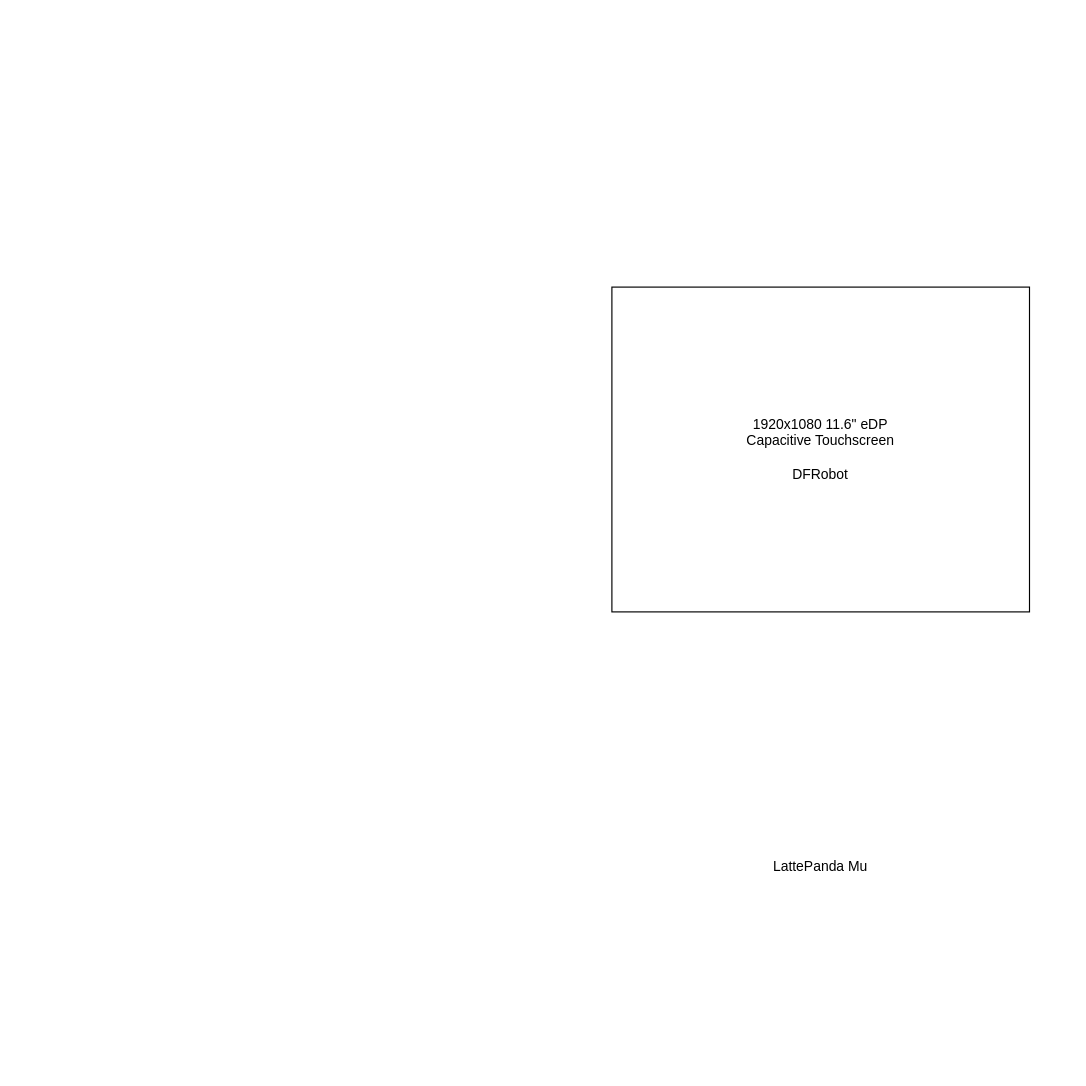
Above: mct2_hw_block_diagram.drawio in ctcl-bregis/mct2 (draw.io), before the change. Source tidied: cells renumbered, new cells numbered last; positions are measured from the earlier drawing's top-left corner, leaving out a move shared by most shapes. Both pictures are drawn from the tidied source at 116%, with x=0, y=0 at pixel (611, 287).
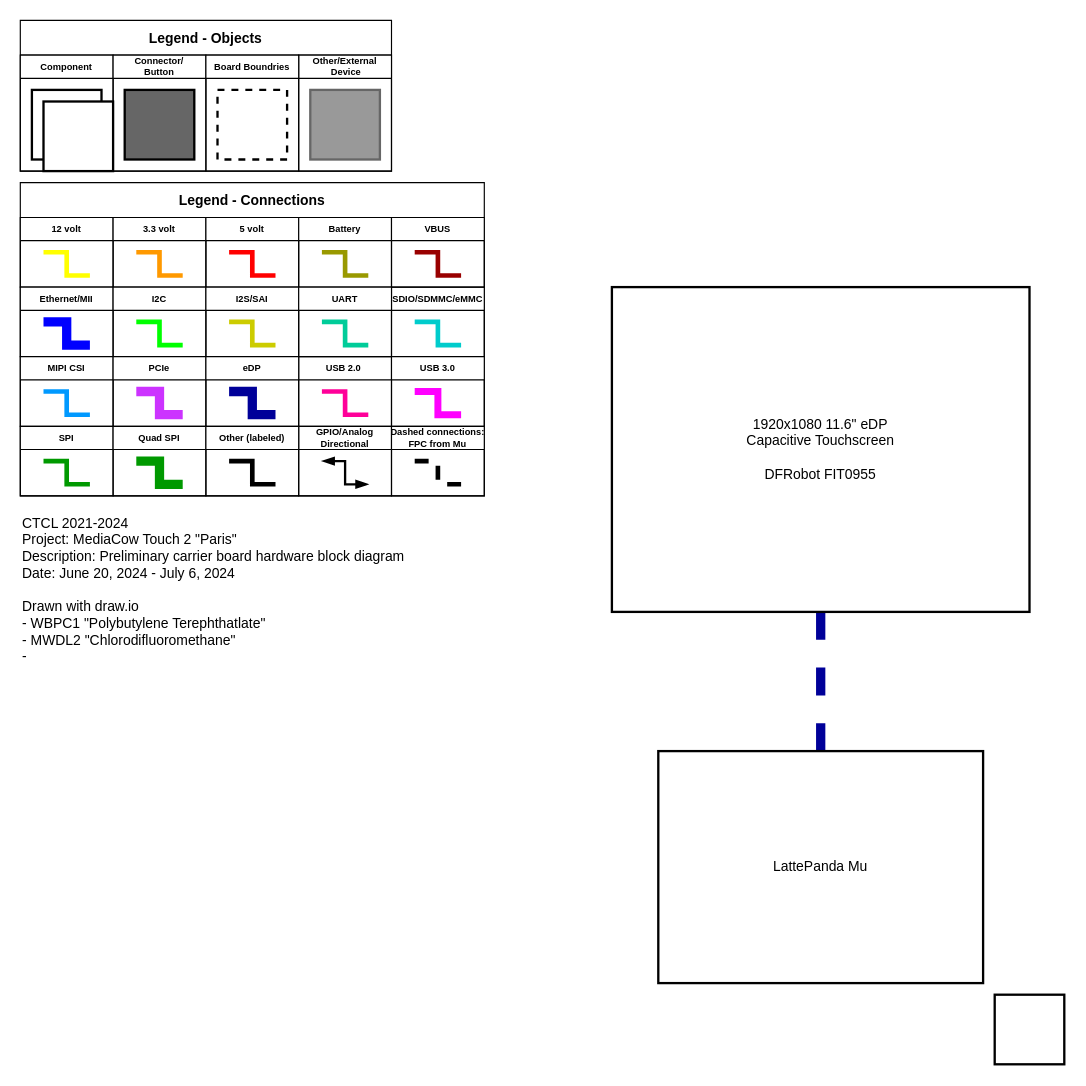
The same page after the edit.

Change to the diagram source:
```diff
@@
+    <mxCell id="4" style="edgeStyle=orthogonalEdgeStyle;rounded=0;jettySize=auto;html=1;exitX=0.5;exitY=0;exitDx=0;exitDy=0;strokeWidth=8;endArrow=none;endFill=0;dashed=1;strokeColor=#000099;" parent="1" edge="1" source="2" target="3">
+      <mxGeometry relative="1" as="geometry" />
+    </mxCell>
-    <mxCell id="2" value="LattePanda Mu" style="rounded=0;whiteSpace=wrap;html=1;strokeColor=none;fillColor=#ffffff;fontColor=#000000;" parent="1" vertex="1">
+    <mxCell id="2" value="LattePanda Mu" style="rounded=0;whiteSpace=wrap;html=1;strokeWidth=2;" parent="1" vertex="1">
       <mxGeometry x="40" y="400" width="280" height="200" as="geometry" />
     </mxCell>
-    <mxCell id="3" value="1920x1080 11.6&quot; eDP &lt;br&gt;Capacitive Touchscreen&lt;br&gt;&lt;br&gt;DFRobot" style="rounded=0;whiteSpace=wrap;html=1;align=center;verticalAlign=middle;fontFamily=Helvetica;fontSize=12;fontColor=#000000;fillColor=#ffffff;" parent="1" vertex="1">
+    <mxCell id="3" value="1920x1080 11.6&quot; eDP &lt;br&gt;Capacitive Touchscreen&lt;br&gt;&lt;br&gt;DFRobot&amp;nbsp;FIT0955" style="rounded=0;whiteSpace=wrap;html=1;align=center;verticalAlign=middle;fontFamily=Helvetica;fontSize=12;strokeWidth=2;" parent="1" vertex="1">
       <mxGeometry width="360" height="280" as="geometry" />
     </mxCell>
+    <mxCell id="5" value="CTCL 2021-2024&lt;br style=&quot;font-size: 12px&quot;&gt;Project: MediaCow Touch 2 &quot;Paris&quot;&lt;br style=&quot;font-size: 12px&quot;&gt;Description: Preliminary carrier board hardware block diagram&lt;br&gt;Date: June 20, 2024 - July 6, 2024&lt;br&gt;&lt;br&gt;Drawn with draw.io&lt;br&gt;- WBPC1 &quot;Polybutylene Terephthatlate&quot;&lt;br&gt;- MWDL2 &quot;Chlorodifluoromethane&quot;&lt;br&gt;-&amp;nbsp;" style="text;html=1;strokeColor=none;fillColor=none;align=left;verticalAlign=top;whiteSpace=wrap;rounded=0;fontSize=12;" parent="1" vertex="1">
+      <mxGeometry x="-510" y="190" width="400" height="90" as="geometry" />
+    </mxCell>
+    <mxCell id="6" value="Legend - Connections" style="swimlane;startSize=30;" parent="1" vertex="1">
+      <mxGeometry x="-510" y="-90" width="400" height="270" as="geometry" />
+    </mxCell>
+    <mxCell id="7" value="12 volt" style="swimlane;startSize=20;fontSize=8;" parent="6" vertex="1">
+      <mxGeometry y="30" width="80" height="60" as="geometry" />
+    </mxCell>
+    <mxCell id="8" style="edgeStyle=orthogonalEdgeStyle;rounded=0;orthogonalLoop=1;jettySize=auto;html=1;fontSize=8;endArrow=none;endFill=0;strokeWidth=4;strokeColor=#FFFF00;" parent="7" edge="1">
+      <mxGeometry relative="1" as="geometry">
+        <mxPoint x="20" y="30" as="sourcePoint" />
+        <mxPoint x="60" y="50" as="targetPoint" />
+        <Array as="points">
+          <mxPoint x="20" y="30" />
+          <mxPoint x="40" y="30" />
+          <mxPoint x="40" y="50" />
+        </Array>
+      </mxGeometry>
+    </mxCell>
+    <mxCell id="9" value="3.3 volt" style="swimlane;startSize=20;fontSize=8;" parent="6" vertex="1">
+      <mxGeometry x="80" y="30" width="80" height="60" as="geometry" />
+    </mxCell>
+    <mxCell id="10" style="edgeStyle=orthogonalEdgeStyle;rounded=0;orthogonalLoop=1;jettySize=auto;html=1;fontSize=8;endArrow=none;endFill=0;strokeWidth=4;strokeColor=#FF9900;" parent="9" edge="1">
+      <mxGeometry relative="1" as="geometry">
+        <mxPoint x="20" y="30" as="sourcePoint" />
+        <mxPoint x="60" y="50" as="targetPoint" />
+        <Array as="points">
+          <mxPoint x="20" y="30" />
+          <mxPoint x="40" y="30" />
+          <mxPoint x="40" y="50" />
+        </Array>
+      </mxGeometry>
+    </mxCell>
+    <mxCell id="11" value="5 volt" style="swimlane;startSize=20;fontSize=8;" parent="6" vertex="1">
+      <mxGeometry x="160" y="30" width="80" height="60" as="geometry" />
+    </mxCell>
+    <mxCell id="12" style="edgeStyle=orthogonalEdgeStyle;rounded=0;orthogonalLoop=1;jettySize=auto;html=1;fontSize=8;endArrow=none;endFill=0;strokeWidth=4;strokeColor=#FF0000;" parent="11" edge="1">
+      <mxGeometry relative="1" as="geometry">
+        <mxPoint x="20" y="30" as="sourcePoint" />
+        <mxPoint x="60" y="50" as="targetPoint" />
+        <Array as="points">
+          <mxPoint x="20" y="30" />
+          <mxPoint x="40" y="30" />
+          <mxPoint x="40" y="50" />
+        </Array>
+      </mxGeometry>
+    </mxCell>
+    <mxCell id="13" value="Battery" style="swimlane;startSize=20;fontSize=8;" parent="6" vertex="1">
+      <mxGeometry x="240" y="30" width="80" height="60" as="geometry" />
+    </mxCell>
+    <mxCell id="14" style="edgeStyle=orthogonalEdgeStyle;rounded=0;orthogonalLoop=1;jettySize=auto;html=1;fontSize=8;endArrow=none;endFill=0;strokeWidth=4;strokeColor=#999900;" parent="13" edge="1">
+      <mxGeometry relative="1" as="geometry">
+        <mxPoint x="20" y="30" as="sourcePoint" />
+        <mxPoint x="60" y="50" as="targetPoint" />
+        <Array as="points">
+          <mxPoint x="20" y="30" />
+          <mxPoint x="40" y="30" />
+          <mxPoint x="40" y="50" />
+        </Array>
+      </mxGeometry>
+    </mxCell>
+    <mxCell id="15" value="Ethernet/MII" style="swimlane;startSize=20;fontSize=8;" parent="6" vertex="1">
+      <mxGeometry y="90" width="80" height="60" as="geometry" />
+    </mxCell>
+    <mxCell id="16" style="edgeStyle=orthogonalEdgeStyle;rounded=0;orthogonalLoop=1;jettySize=auto;html=1;fontSize=8;endArrow=none;endFill=0;strokeWidth=8;strokeColor=#0000FF;" parent="15" edge="1">
+      <mxGeometry relative="1" as="geometry">
+        <mxPoint x="20" y="30" as="sourcePoint" />
+        <mxPoint x="60" y="50" as="targetPoint" />
+        <Array as="points">
+          <mxPoint x="20" y="30" />
+          <mxPoint x="40" y="30" />
+          <mxPoint x="40" y="50" />
+        </Array>
+      </mxGeometry>
+    </mxCell>
+    <mxCell id="17" value="I2C" style="swimlane;startSize=20;fontSize=8;" parent="6" vertex="1">
+      <mxGeometry x="80" y="90" width="80" height="60" as="geometry" />
+    </mxCell>
+    <mxCell id="18" style="edgeStyle=orthogonalEdgeStyle;rounded=0;orthogonalLoop=1;jettySize=auto;html=1;fontSize=8;endArrow=none;endFill=0;strokeWidth=4;strokeColor=#00FF00;" parent="17" edge="1">
+      <mxGeometry relative="1" as="geometry">
+        <mxPoint x="20" y="30" as="sourcePoint" />
+        <mxPoint x="60" y="50" as="targetPoint" />
+        <Array as="points">
+          <mxPoint x="20" y="30" />
+          <mxPoint x="40" y="30" />
+          <mxPoint x="40" y="50" />
+        </Array>
+      </mxGeometry>
+    </mxCell>
+    <mxCell id="19" value="I2S/SAI" style="swimlane;startSize=20;fontSize=8;" parent="6" vertex="1">
+      <mxGeometry x="160" y="90" width="80" height="60" as="geometry" />
+    </mxCell>
+    <mxCell id="20" style="edgeStyle=orthogonalEdgeStyle;rounded=0;orthogonalLoop=1;jettySize=auto;html=1;fontSize=8;endArrow=none;endFill=0;strokeWidth=4;strokeColor=#CCCC00;" parent="19" edge="1">
+      <mxGeometry relative="1" as="geometry">
+        <mxPoint x="20" y="30" as="sourcePoint" />
+        <mxPoint x="60" y="50" as="targetPoint" />
+        <Array as="points">
+          <mxPoint x="20" y="30" />
+          <mxPoint x="40" y="30" />
+          <mxPoint x="40" y="50" />
+        </Array>
+      </mxGeometry>
+    </mxCell>
+    <mxCell id="21" value="MIPI CSI" style="swimlane;startSize=20;fontSize=8;" parent="6" vertex="1">
+      <mxGeometry y="150" width="80" height="60" as="geometry" />
+    </mxCell>
+    <mxCell id="22" style="edgeStyle=orthogonalEdgeStyle;rounded=0;orthogonalLoop=1;jettySize=auto;html=1;fontSize=8;endArrow=none;endFill=0;strokeWidth=4;strokeColor=#0099FF;" parent="21" edge="1">
+      <mxGeometry relative="1" as="geometry">
+        <mxPoint x="20" y="30" as="sourcePoint" />
+        <mxPoint x="60" y="50" as="targetPoint" />
+        <Array as="points">
+          <mxPoint x="20" y="30" />
+          <mxPoint x="40" y="30" />
+          <mxPoint x="40" y="50" />
+        </Array>
+      </mxGeometry>
+    </mxCell>
+    <mxCell id="23" value="PCIe" style="swimlane;startSize=20;fontSize=8;" parent="6" vertex="1">
+      <mxGeometry x="80" y="150" width="80" height="60" as="geometry" />
+    </mxCell>
+    <mxCell id="24" style="edgeStyle=orthogonalEdgeStyle;rounded=0;orthogonalLoop=1;jettySize=auto;html=1;fontSize=8;endArrow=none;endFill=0;strokeWidth=8;strokeColor=#CC33FF;" parent="23" edge="1">
+      <mxGeometry relative="1" as="geometry">
+        <mxPoint x="20" y="30" as="sourcePoint" />
+        <mxPoint x="60" y="50" as="targetPoint" />
+        <Array as="points">
+          <mxPoint x="20" y="30" />
+          <mxPoint x="40" y="30" />
+          <mxPoint x="40" y="50" />
+        </Array>
+      </mxGeometry>
+    </mxCell>
+    <mxCell id="25" value="SDIO/SDMMC/eMMC" style="swimlane;startSize=20;fontSize=8;" parent="6" vertex="1">
+      <mxGeometry x="320" y="90" width="80" height="60" as="geometry" />
+    </mxCell>
+    <mxCell id="26" style="edgeStyle=orthogonalEdgeStyle;rounded=0;orthogonalLoop=1;jettySize=auto;html=1;fontSize=8;endArrow=none;endFill=0;strokeWidth=4;strokeColor=#00CCCC;" parent="25" edge="1">
+      <mxGeometry relative="1" as="geometry">
+        <mxPoint x="20" y="30" as="sourcePoint" />
+        <mxPoint x="60" y="50" as="targetPoint" />
+        <Array as="points">
+          <mxPoint x="20" y="30" />
+          <mxPoint x="40" y="30" />
+          <mxPoint x="40" y="50" />
+        </Array>
+      </mxGeometry>
+    </mxCell>
+    <mxCell id="27" value="SPI" style="swimlane;startSize=20;fontSize=8;" parent="6" vertex="1">
+      <mxGeometry y="210" width="80" height="60" as="geometry" />
+    </mxCell>
+    <mxCell id="28" style="edgeStyle=orthogonalEdgeStyle;rounded=0;orthogonalLoop=1;jettySize=auto;html=1;fontSize=8;endArrow=none;endFill=0;strokeWidth=4;strokeColor=#009900;" parent="27" edge="1">
+      <mxGeometry relative="1" as="geometry">
+        <mxPoint x="20" y="30" as="sourcePoint" />
+        <mxPoint x="60" y="50" as="targetPoint" />
+        <Array as="points">
+          <mxPoint x="20" y="30" />
+          <mxPoint x="40" y="30" />
+          <mxPoint x="40" y="50" />
+        </Array>
+      </mxGeometry>
+    </mxCell>
+    <mxCell id="29" value="USB 2.0 " style="swimlane;startSize=20;fontSize=8;" parent="6" vertex="1">
+      <mxGeometry x="240" y="150" width="80" height="60" as="geometry" />
+    </mxCell>
+    <mxCell id="30" style="edgeStyle=orthogonalEdgeStyle;rounded=0;orthogonalLoop=1;jettySize=auto;html=1;fontSize=8;endArrow=none;endFill=0;strokeWidth=4;strokeColor=#FF0099;" parent="29" edge="1">
+      <mxGeometry relative="1" as="geometry">
+        <mxPoint x="20" y="30" as="sourcePoint" />
+        <mxPoint x="60" y="50" as="targetPoint" />
+        <Array as="points">
+          <mxPoint x="20" y="30" />
+          <mxPoint x="40" y="30" />
+          <mxPoint x="40" y="50" />
+        </Array>
+      </mxGeometry>
+    </mxCell>
+    <mxCell id="31" value="USB 3.0" style="swimlane;startSize=20;fontSize=8;" parent="6" vertex="1">
+      <mxGeometry x="320" y="150" width="80" height="60" as="geometry" />
+    </mxCell>
+    <mxCell id="32" style="edgeStyle=orthogonalEdgeStyle;rounded=0;orthogonalLoop=1;jettySize=auto;html=1;fontSize=8;endArrow=none;endFill=0;strokeWidth=6;strokeColor=#FF00FF;" parent="31" edge="1">
+      <mxGeometry relative="1" as="geometry">
+        <mxPoint x="20" y="30" as="sourcePoint" />
+        <mxPoint x="60" y="50" as="targetPoint" />
+        <Array as="points">
+          <mxPoint x="20" y="30" />
+          <mxPoint x="40" y="30" />
+          <mxPoint x="40" y="50" />
+        </Array>
+      </mxGeometry>
+    </mxCell>
+    <mxCell id="33" value="Quad SPI" style="swimlane;startSize=20;fontSize=8;" parent="6" vertex="1">
+      <mxGeometry x="80" y="210" width="80" height="60" as="geometry" />
+    </mxCell>
+    <mxCell id="34" style="edgeStyle=orthogonalEdgeStyle;rounded=0;orthogonalLoop=1;jettySize=auto;html=1;fontSize=8;endArrow=none;endFill=0;strokeWidth=8;strokeColor=#009900;" parent="33" edge="1">
+      <mxGeometry relative="1" as="geometry">
+        <mxPoint x="20" y="30" as="sourcePoint" />
+        <mxPoint x="60" y="50" as="targetPoint" />
+        <Array as="points">
+          <mxPoint x="20" y="30" />
+          <mxPoint x="40" y="30" />
+          <mxPoint x="40" y="50" />
+        </Array>
+      </mxGeometry>
+    </mxCell>
+    <mxCell id="35" value="VBUS" style="swimlane;startSize=20;fontSize=8;" parent="6" vertex="1">
+      <mxGeometry x="320" y="30" width="80" height="60" as="geometry" />
+    </mxCell>
+    <mxCell id="36" style="edgeStyle=orthogonalEdgeStyle;rounded=0;orthogonalLoop=1;jettySize=auto;html=1;fontSize=8;endArrow=none;endFill=0;strokeWidth=4;strokeColor=#990000;" parent="35" edge="1">
+      <mxGeometry relative="1" as="geometry">
+        <mxPoint x="20" y="30" as="sourcePoint" />
+        <mxPoint x="60" y="50" as="targetPoint" />
+        <Array as="points">
+          <mxPoint x="20" y="30" />
+          <mxPoint x="40" y="30" />
+          <mxPoint x="40" y="50" />
+        </Array>
+      </mxGeometry>
+    </mxCell>
+    <mxCell id="37" value="eDP" style="swimlane;startSize=20;fontSize=8;swimlaneLine=1;" parent="6" vertex="1">
+      <mxGeometry x="160" y="150" width="80" height="60" as="geometry" />
+    </mxCell>
+    <mxCell id="38" style="edgeStyle=orthogonalEdgeStyle;rounded=0;orthogonalLoop=1;jettySize=auto;html=1;fontSize=8;endArrow=none;endFill=0;strokeWidth=8;strokeColor=#000099;" parent="37" edge="1">
+      <mxGeometry relative="1" as="geometry">
+        <mxPoint x="20" y="30" as="sourcePoint" />
+        <mxPoint x="60" y="50" as="targetPoint" />
+        <Array as="points">
+          <mxPoint x="20" y="30" />
+          <mxPoint x="40" y="30" />
+          <mxPoint x="40" y="50" />
+        </Array>
+      </mxGeometry>
+    </mxCell>
+    <mxCell id="39" value="UART" style="swimlane;startSize=20;fontSize=8;swimlaneLine=1;" parent="6" vertex="1">
+      <mxGeometry x="240" y="90" width="80" height="60" as="geometry" />
+    </mxCell>
+    <mxCell id="40" style="edgeStyle=orthogonalEdgeStyle;rounded=0;orthogonalLoop=1;jettySize=auto;html=1;fontSize=8;endArrow=none;endFill=0;strokeWidth=4;strokeColor=#00CC99;" parent="39" edge="1">
+      <mxGeometry relative="1" as="geometry">
+        <mxPoint x="20" y="30" as="sourcePoint" />
+        <mxPoint x="60" y="50" as="targetPoint" />
+        <Array as="points">
+          <mxPoint x="20" y="30" />
+          <mxPoint x="40" y="30" />
+          <mxPoint x="40" y="50" />
+        </Array>
+      </mxGeometry>
+    </mxCell>
+    <mxCell id="41" value="GPIO/Analog&#10;Directional" style="swimlane;startSize=20;fontSize=8;" parent="6" vertex="1">
+      <mxGeometry x="240" y="210" width="80" height="60" as="geometry" />
+    </mxCell>
+    <mxCell id="42" style="edgeStyle=orthogonalEdgeStyle;rounded=0;orthogonalLoop=1;jettySize=auto;html=1;fontSize=8;endArrow=blockThin;endFill=1;strokeWidth=2;strokeColor=#000000;startArrow=blockThin;startFill=1;" parent="41" edge="1">
+      <mxGeometry relative="1" as="geometry">
+        <mxPoint x="20" y="30" as="sourcePoint" />
+        <mxPoint x="60" y="50" as="targetPoint" />
+        <Array as="points">
+          <mxPoint x="20" y="30" />
+          <mxPoint x="40" y="30" />
+          <mxPoint x="40" y="50" />
+        </Array>
+      </mxGeometry>
+    </mxCell>
+    <mxCell id="43" value="Other (labeled)" style="swimlane;startSize=20;fontSize=8;" parent="6" vertex="1">
+      <mxGeometry x="160" y="210" width="80" height="60" as="geometry" />
+    </mxCell>
+    <mxCell id="44" style="edgeStyle=orthogonalEdgeStyle;rounded=0;orthogonalLoop=1;jettySize=auto;html=1;fontSize=8;endArrow=none;endFill=0;strokeWidth=4;strokeColor=#000000;" parent="43" edge="1">
+      <mxGeometry relative="1" as="geometry">
+        <mxPoint x="20" y="30" as="sourcePoint" />
+        <mxPoint x="60" y="50" as="targetPoint" />
+        <Array as="points">
+          <mxPoint x="20" y="30" />
+          <mxPoint x="40" y="30" />
+          <mxPoint x="40" y="50" />
+        </Array>
+      </mxGeometry>
+    </mxCell>
+    <mxCell id="45" value="Dashed connections:&#10;FPC from Mu" style="swimlane;startSize=20;fontSize=8;" parent="6" vertex="1">
+      <mxGeometry x="320" y="210" width="80" height="60" as="geometry" />
+    </mxCell>
+    <mxCell id="46" style="edgeStyle=orthogonalEdgeStyle;rounded=0;orthogonalLoop=1;jettySize=auto;html=1;fontSize=8;endArrow=none;endFill=0;strokeWidth=4;strokeColor=#000000;dashed=1;" parent="45" edge="1">
+      <mxGeometry relative="1" as="geometry">
+        <mxPoint x="20" y="30" as="sourcePoint" />
+        <mxPoint x="60" y="50" as="targetPoint" />
+        <Array as="points">
+          <mxPoint x="20" y="30" />
+          <mxPoint x="40" y="30" />
+          <mxPoint x="40" y="50" />
+        </Array>
+      </mxGeometry>
+    </mxCell>
+    <mxCell id="47" value="Legend - Objects" style="swimlane;startSize=30;" parent="1" vertex="1">
+      <mxGeometry x="-510" y="-230" width="320" height="130" as="geometry" />
+    </mxCell>
+    <mxCell id="48" value="Component" style="swimlane;startSize=20;fontSize=8;" parent="47" vertex="1">
+      <mxGeometry y="30" width="80" height="100" as="geometry" />
+    </mxCell>
+    <mxCell id="49" style="rounded=0;whiteSpace=wrap;html=1;strokeWidth=2;" parent="48" vertex="1">
+      <mxGeometry x="10" y="30" width="60" height="60" as="geometry" />
+    </mxCell>
+    <mxCell id="50" value="Connector/&#10;Button" style="swimlane;startSize=20;fontSize=8;" parent="47" vertex="1">
+      <mxGeometry x="80" y="30" width="80" height="100" as="geometry" />
+    </mxCell>
+    <mxCell id="51" style="rounded=0;whiteSpace=wrap;html=1;strokeWidth=2;fillColor=#666666;fontColor=#333333;strokeColor=#000000;" parent="50" vertex="1">
+      <mxGeometry x="10" y="30" width="60" height="60" as="geometry" />
+    </mxCell>
+    <mxCell id="52" value="Other/External&#10; Device" style="swimlane;startSize=20;fontSize=8;" parent="47" vertex="1">
+      <mxGeometry x="240" y="30" width="80" height="100" as="geometry" />
+    </mxCell>
+    <mxCell id="53" style="rounded=0;whiteSpace=wrap;html=1;strokeWidth=2;fillColor=#999999;fontColor=#333333;strokeColor=#666666;" parent="52" vertex="1">
+      <mxGeometry x="10" y="30" width="60" height="60" as="geometry" />
+    </mxCell>
+    <mxCell id="54" value="Board Boundries" style="swimlane;startSize=20;fontSize=8;" parent="47" vertex="1">
+      <mxGeometry x="160" y="30" width="80" height="100" as="geometry" />
+    </mxCell>
+    <mxCell id="55" style="rounded=0;whiteSpace=wrap;html=1;strokeWidth=2;dashed=1;fillColor=none;" parent="54" vertex="1">
+      <mxGeometry x="10" y="30" width="60" height="60" as="geometry" />
+    </mxCell>
+    <mxCell id="56" style="rounded=0;whiteSpace=wrap;html=1;strokeWidth=2;" parent="1" vertex="1">
+      <mxGeometry x="-490" y="-160" width="60" height="60" as="geometry" />
+    </mxCell>
+    <mxCell id="57" style="rounded=0;whiteSpace=wrap;html=1;strokeWidth=2;" parent="1" vertex="1">
+      <mxGeometry x="330" y="610" width="60" height="60" as="geometry" />
+    </mxCell>
```
